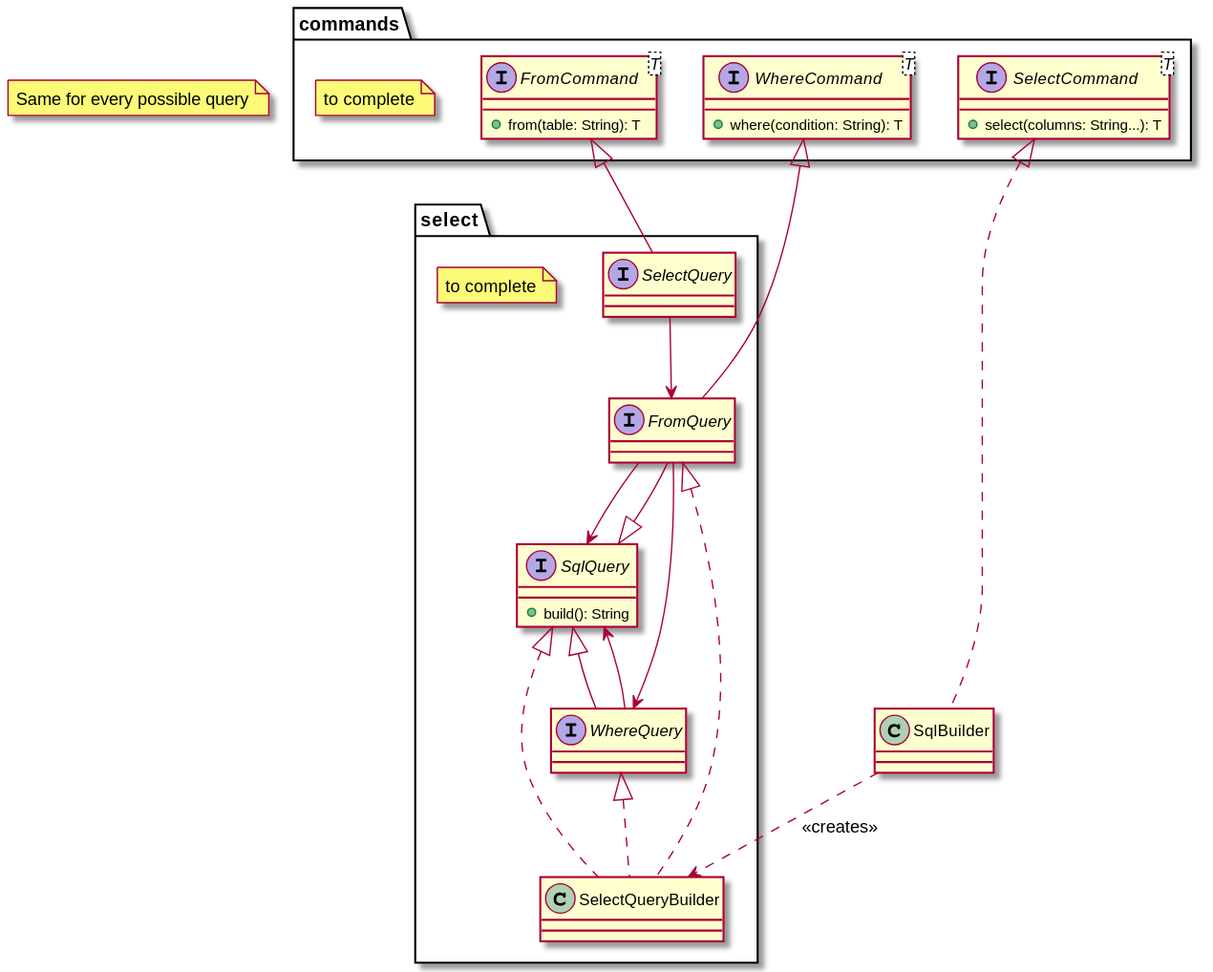
Earlier version of the PlantUML export uml/class.svg (RedSkyi/SqlBuilder).
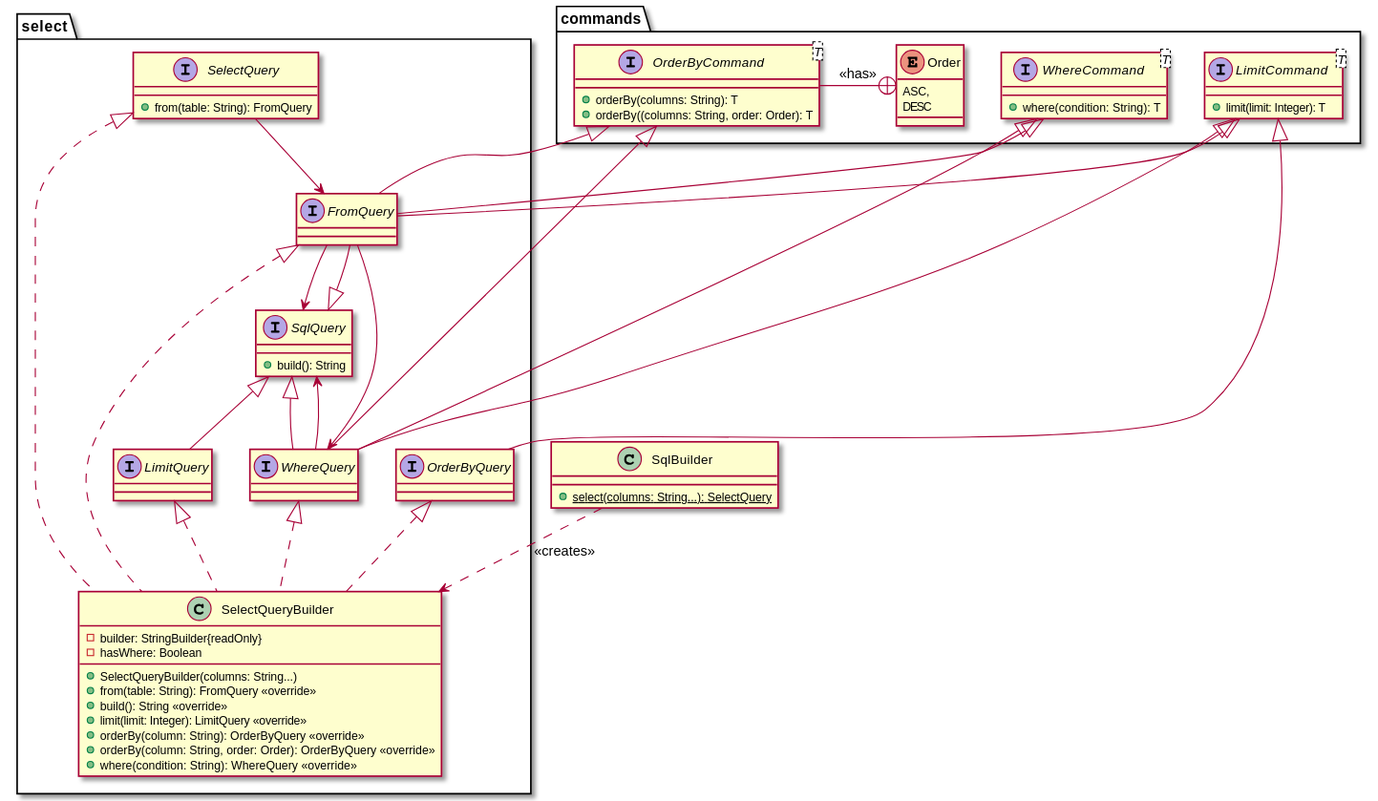
Above is the later version.

Diff of the diagram source:
```diff
@@ -1,40 +1,64 @@
 @startuml
 
+
+
 package commands {
-    interface SelectCommand<T> {
-        +select(columns: String...): T
-    }
-
-    interface FromCommand<T> {
-        +from(table: String): T
-    }
 
     interface WhereCommand<T> {
        +where(condition: String): T
     }
 
-    note "to complete" as N1
+    interface LimitCommand<T>{
+        +limit(limit: Integer): T
+    }
+
+    interface OrderByCommand<T> {
+        +orderBy(columns: String): T
+        +orderBy((columns: String, order: Order): T
+    }
+    OrderByCommand -+ Order : <<has>>
+
+    enum Order {
+        ASC,
+        DESC
+    }
 }
 
 package select {
-    interface SelectQuery implements FromCommand
-    interface FromQuery implements WhereCommand, SqlQuery
-    interface WhereQuery implements SqlQuery
+    interface FromQuery extends WhereCommand, OrderByCommand, LimitCommand, SqlQuery
+    interface LimitQuery extends SqlQuery
+    interface OrderByQuery extends LimitCommand
+    interface SelectQuery {
+        +from(table: String): FromQuery
+    }
 
-    class SelectQueryBuilder implements FromQuery, WhereQuery, SqlQuery
+    class SelectQueryBuilder implements SelectQuery, FromQuery, LimitQuery, OrderByQuery, WhereQuery {
+        -builder: StringBuilder{readOnly}
+        -hasWhere: Boolean
+        +SelectQueryBuilder(columns: String...)
+        +from(table: String): FromQuery <<override>>
+        +build(): String <<override>>
+        +limit(limit: Integer): LimitQuery <<override>>
+        +orderBy(column: String): OrderByQuery <<override>>
+        +orderBy(column: String, order: Order): OrderByQuery <<override>>
+        +where(condition: String): WhereQuery <<override>>
+    }
 
-    note "to complete" as N2
+    interface WhereQuery extends WhereCommand, OrderByCommand, LimitCommand, SqlQuery
+
 }
-
-note "Same for every possible query" as N3
-
 interface SqlQuery {
     +build(): String
 }
 
-class SqlBuilder implements SelectCommand
+class SqlBuilder{
+    {static}+select(columns: String...): SelectQuery
+}
+
 
 SqlBuilder ..> SelectQueryBuilder: <<creates>>
+
+
 
 WhereQuery --> SqlQuery
 FromQuery --> SqlQuery
```
